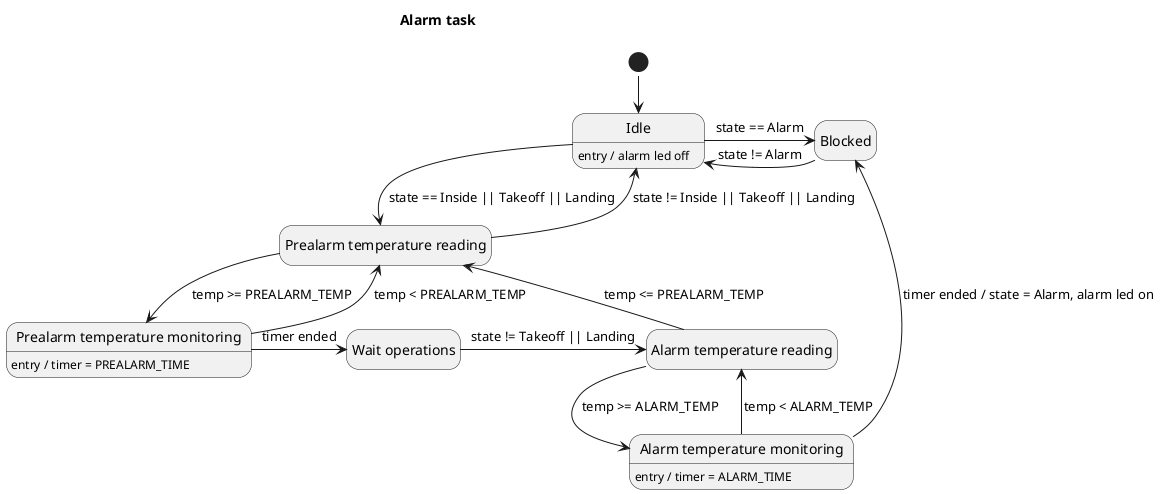
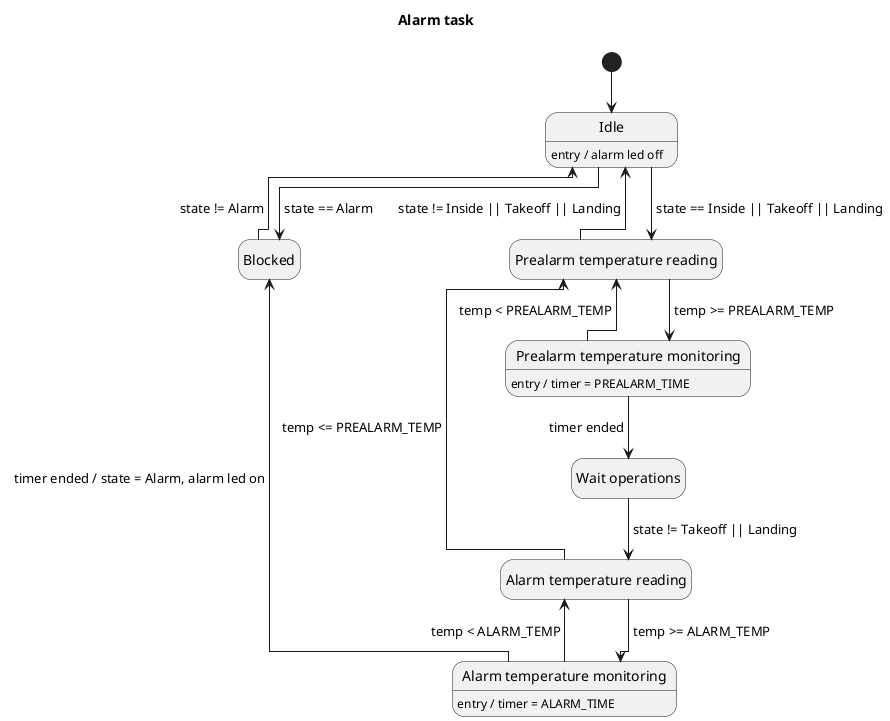
@startuml AlarmTask
- !pragma layout smetana
+ !pragma layout elk
hide empty description

title "Alarm task"

state start <<start>>

state "Idle" as idle
idle : entry / alarm led off

state "Blocked" as blocked

state "Prealarm temperature reading" as prealarmTempReading

state "Prealarm temperature monitoring" as prealarmTempMonitoring
prealarmTempMonitoring : entry / timer = PREALARM_TIME

state "Wait operations" as waitOperations

state "Alarm temperature reading" as alarmTempReading

state "Alarm temperature monitoring" as alarmTempMonitoring
alarmTempMonitoring : entry / timer = ALARM_TIME

start -d-> idle

idle -r-> blocked : state == Alarm
blocked -l-> idle : state != Alarm

idle -d-> prealarmTempReading : state == Inside || Takeoff || Landing

prealarmTempReading -d-> prealarmTempMonitoring : temp >= PREALARM_TEMP
prealarmTempReading -u-> idle : state != Inside || Takeoff || Landing
prealarmTempMonitoring -u-> prealarmTempReading : temp < PREALARM_TEMP
prealarmTempMonitoring -r-> waitOperations : timer ended

waitOperations -r-> alarmTempReading : state != Takeoff || Landing

alarmTempReading -d-> alarmTempMonitoring : temp >= ALARM_TEMP
alarmTempReading -l-> prealarmTempReading : temp <= PREALARM_TEMP
alarmTempMonitoring -u-> alarmTempReading : temp < ALARM_TEMP
alarmTempMonitoring -u-> blocked : timer ended / state = Alarm, alarm led on

@enduml
